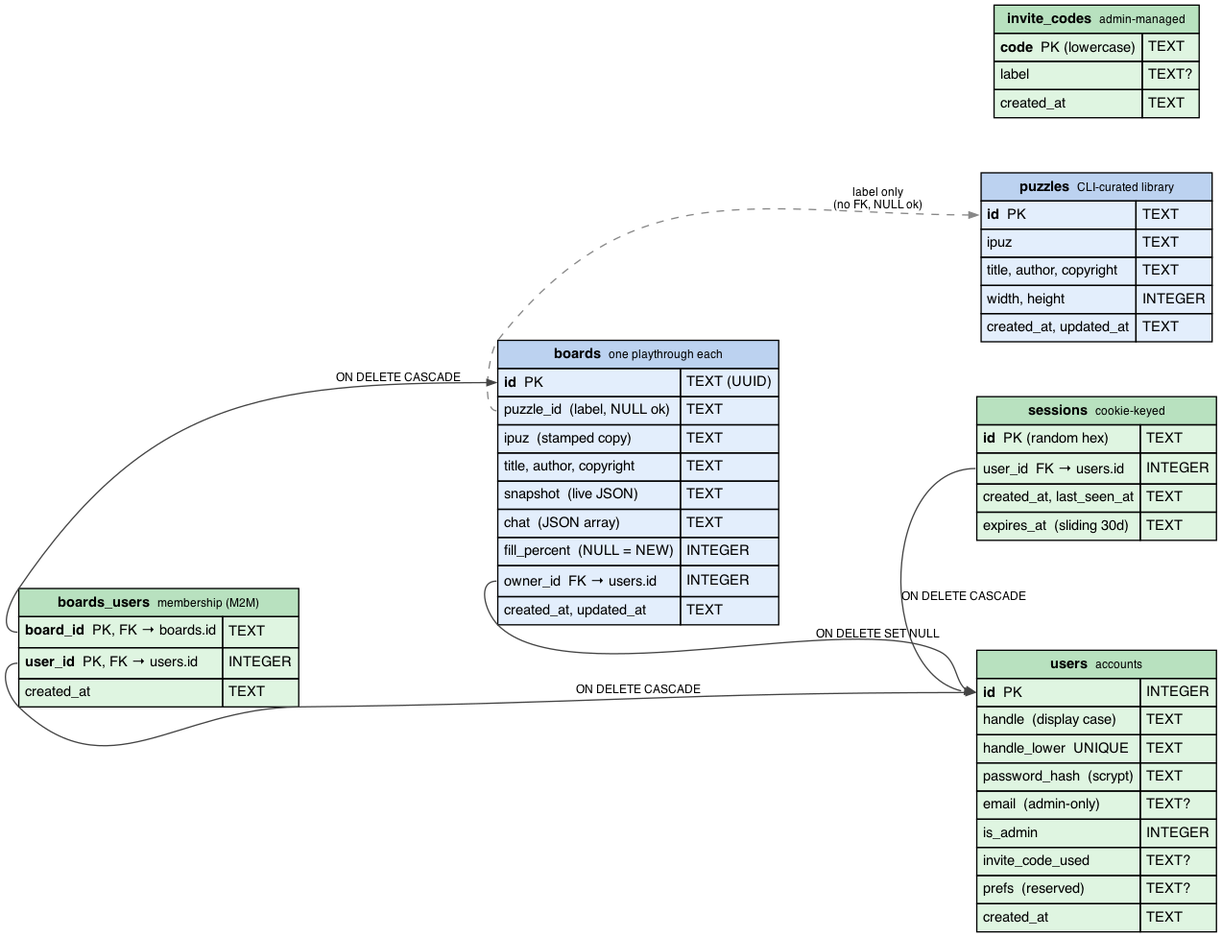
Earlier version of the Graphviz export docs/schema.png (joelburton/crossplay). Its source is kept beside it as docs/schema.dot.
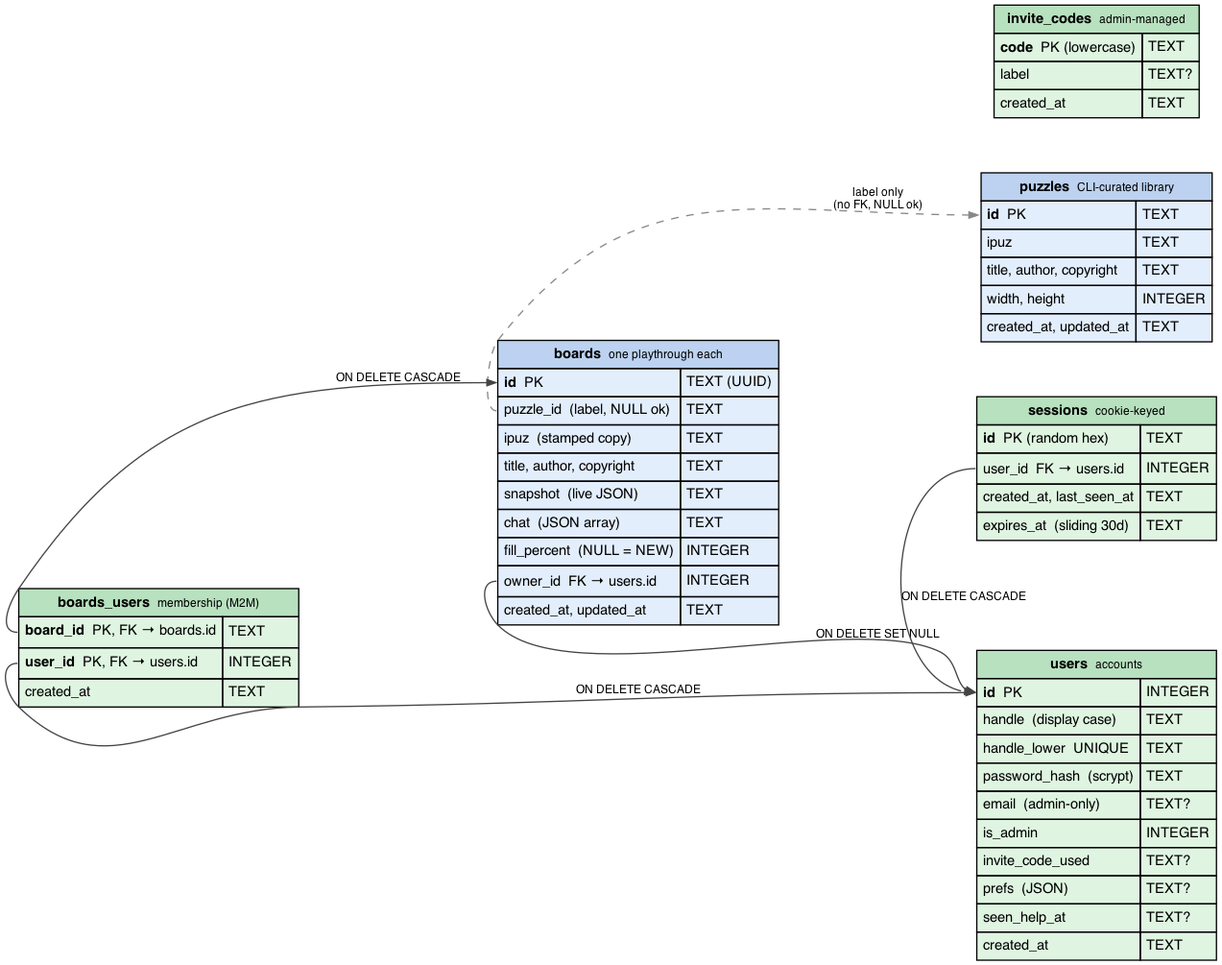
After the commit.

Commit message:
docs: refresh architecture + extract wire/layout reference docs

Change to the diagram source:
```diff
@@ -48,7 +48,8 @@
       <TR><TD ALIGN="LEFT">email &nbsp;(admin-only)</TD><TD ALIGN="LEFT">TEXT?</TD></TR>
       <TR><TD ALIGN="LEFT">is_admin</TD><TD ALIGN="LEFT">INTEGER</TD></TR>
       <TR><TD ALIGN="LEFT">invite_code_used</TD><TD ALIGN="LEFT">TEXT?</TD></TR>
-      <TR><TD ALIGN="LEFT">prefs &nbsp;(reserved)</TD><TD ALIGN="LEFT">TEXT?</TD></TR>
+      <TR><TD ALIGN="LEFT">prefs &nbsp;(JSON)</TD><TD ALIGN="LEFT">TEXT?</TD></TR>
+      <TR><TD ALIGN="LEFT">seen_help_at</TD><TD ALIGN="LEFT">TEXT?</TD></TR>
       <TR><TD ALIGN="LEFT">created_at</TD><TD ALIGN="LEFT">TEXT</TD></TR>
     </TABLE>
   >];
```
